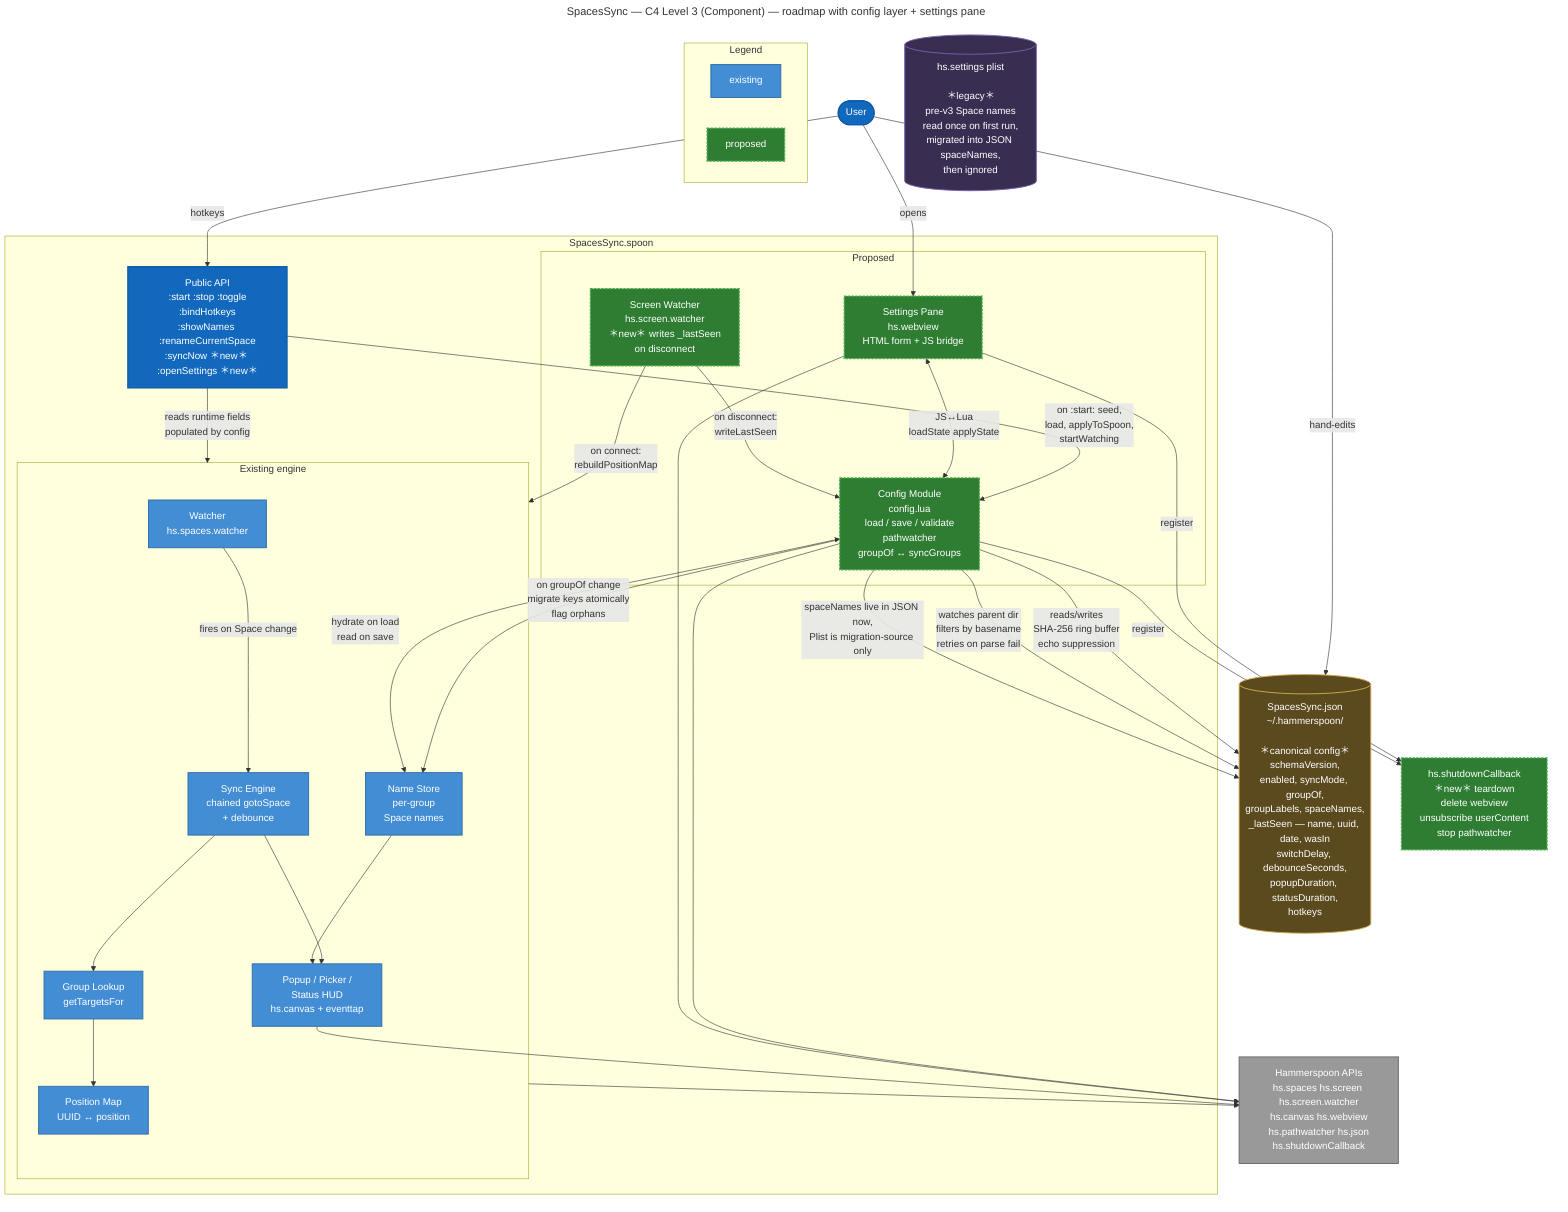
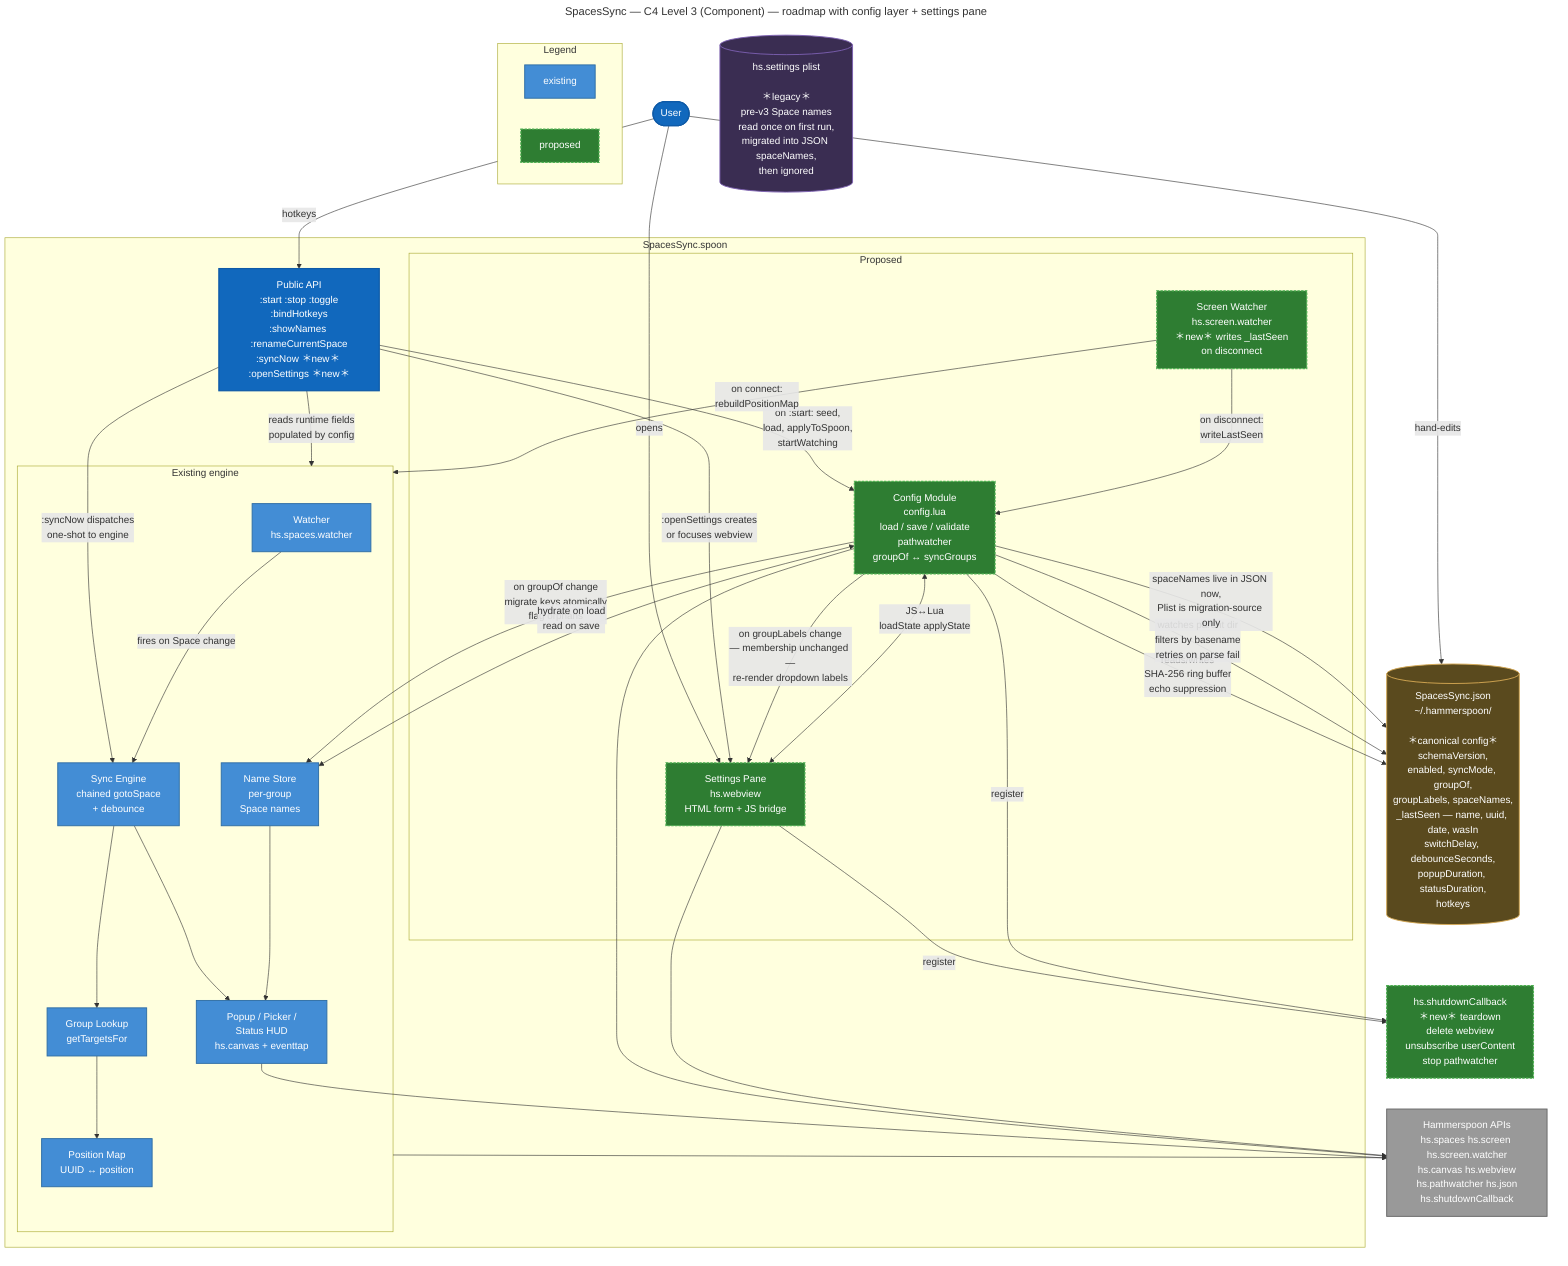
---
title: SpacesSync — C4 Level 3 (Component) — roadmap with config layer + settings pane
---
flowchart TB
    classDef public fill:#1168bd,stroke:#0e5aa7,color:#fff,stroke-width:2px
    classDef internal fill:#438dd5,stroke:#2e6da4,color:#fff,stroke-width:1.5px
    classDef proposed fill:#2e7d32,stroke:#4caf50,color:#fff,stroke-width:2px,stroke-dasharray: 4 2
    classDef external fill:#999,stroke:#666,color:#fff,stroke-width:1.5px
    classDef config fill:#5a4a1e,stroke:#d4a853,color:#fff,stroke-width:1.5px
    classDef store fill:#3a2d52,stroke:#7b5fb0,color:#fff,stroke-width:1.5px

    User([User]):::public

    subgraph Spoon [SpacesSync.spoon]
        API[Public API<br/>:start :stop :toggle<br/>:bindHotkeys<br/>:showNames :renameCurrentSpace<br/>:syncNow ＊new＊ :openSettings ＊new＊]:::public

        subgraph Engine [Existing engine]
            Watcher[Watcher<br/>hs.spaces.watcher]:::internal
            SyncEng[Sync Engine<br/>chained gotoSpace<br/>+ debounce]:::internal
            PosMap[Position Map<br/>UUID ↔ position]:::internal
            GroupLook[Group Lookup<br/>getTargetsFor]:::internal
            Names[Name Store<br/>per-group<br/>Space names]:::internal
            UI[Popup / Picker /<br/>Status HUD<br/>hs.canvas + eventtap]:::internal
        end

        subgraph New [Proposed]
            ConfigMod[Config Module<br/>config.lua<br/>load / save / validate<br/>pathwatcher<br/>groupOf ↔ syncGroups]:::proposed
            SettingsPane[Settings Pane<br/>hs.webview<br/>HTML form + JS bridge]:::proposed
            ScreenWatch[Screen Watcher<br/>hs.screen.watcher<br/>＊new＊ writes _lastSeen<br/>on disconnect]:::proposed
        end
    end

    JSON[("SpacesSync.json<br/>~/.hammerspoon/<br/><br/>＊canonical config＊<br/>schemaVersion,<br/>enabled, syncMode, groupOf,<br/>groupLabels, spaceNames,<br/>_lastSeen — name, uuid, date, wasIn<br/>switchDelay, debounceSeconds,<br/>popupDuration, statusDuration,<br/>hotkeys")]:::config
    Plist[(hs.settings plist<br/><br/>＊legacy＊<br/>pre-v3 Space names<br/>read once on first run,<br/>migrated into JSON spaceNames,<br/>then ignored)]:::store
    HSAPIs[Hammerspoon APIs<br/>hs.spaces hs.screen hs.screen.watcher<br/>hs.canvas hs.webview<br/>hs.pathwatcher hs.json<br/>hs.shutdownCallback]:::external

    Shutdown[hs.shutdownCallback<br/>＊new＊ teardown<br/>delete webview<br/>unsubscribe userContent<br/>stop pathwatcher]:::proposed

    User -->|hotkeys| API
    User -->|opens| SettingsPane
    User -->|hand-edits| JSON

    API -->|on :start: seed,<br/>load, applyToSpoon,<br/>startWatching| ConfigMod
    API -->|reads runtime fields<br/>populated by config| Engine
+     API -->|:syncNow dispatches<br/>one-shot to engine| SyncEng
+     API -->|:openSettings creates<br/>or focuses webview| SettingsPane
    SettingsPane <-->|JS↔Lua<br/>loadState applyState| ConfigMod

    ConfigMod -->|reads/writes<br/>SHA-256 ring buffer<br/>echo suppression| JSON
    ConfigMod -->|watches parent dir<br/>filters by basename<br/>retries on parse fail| JSON
    ConfigMod -->|on groupOf change<br/>migrate keys atomically<br/>flag orphans| Names
+     ConfigMod -->|on groupLabels change<br/>— membership unchanged —<br/>re-render dropdown labels| SettingsPane

    SettingsPane -->|register| Shutdown
    ConfigMod -->|register| Shutdown

    ScreenWatch -->|on disconnect:<br/>writeLastSeen| ConfigMod
    ScreenWatch -->|on connect:<br/>rebuildPositionMap| Engine

    Watcher -->|fires on Space change| SyncEng
    SyncEng --> GroupLook
    GroupLook --> PosMap
    SyncEng --> UI
    Names --> UI
    Names <-->|hydrate on load<br/>read on save| ConfigMod
    ConfigMod -->|spaceNames live in JSON now,<br/>Plist is migration-source only| JSON

    Engine --> HSAPIs
    UI --> HSAPIs
    ConfigMod --> HSAPIs
    SettingsPane --> HSAPIs

    %% Legend
    subgraph Legend [Legend]
        direction LR
        L1[existing]:::internal
        L2[proposed]:::proposed
    end
